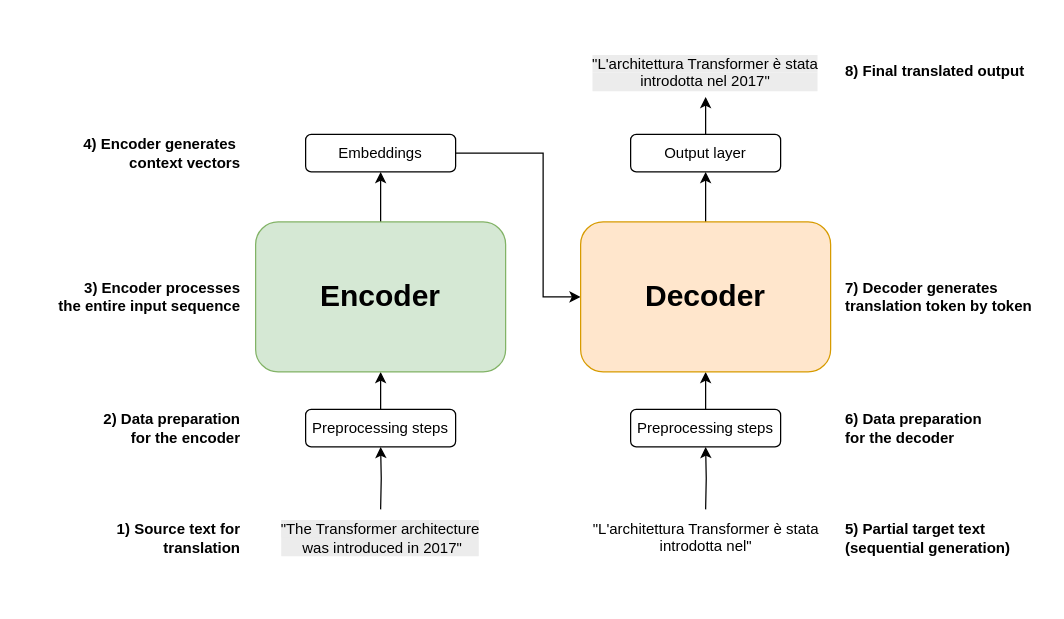
Giovo17/tfs-mt keeps this draw.io diagram as docs/assets/diagrams/architecture_schema.drawio. Above is the earlier version. Source tidied: cells renumbered, new cells numbered last; positions are measured from the earlier drawing's top-left corner, leaving out a move shared by most shapes. Both pictures are drawn from the tidied source at 125%, with x=0, y=0 at pixel (21, 46).
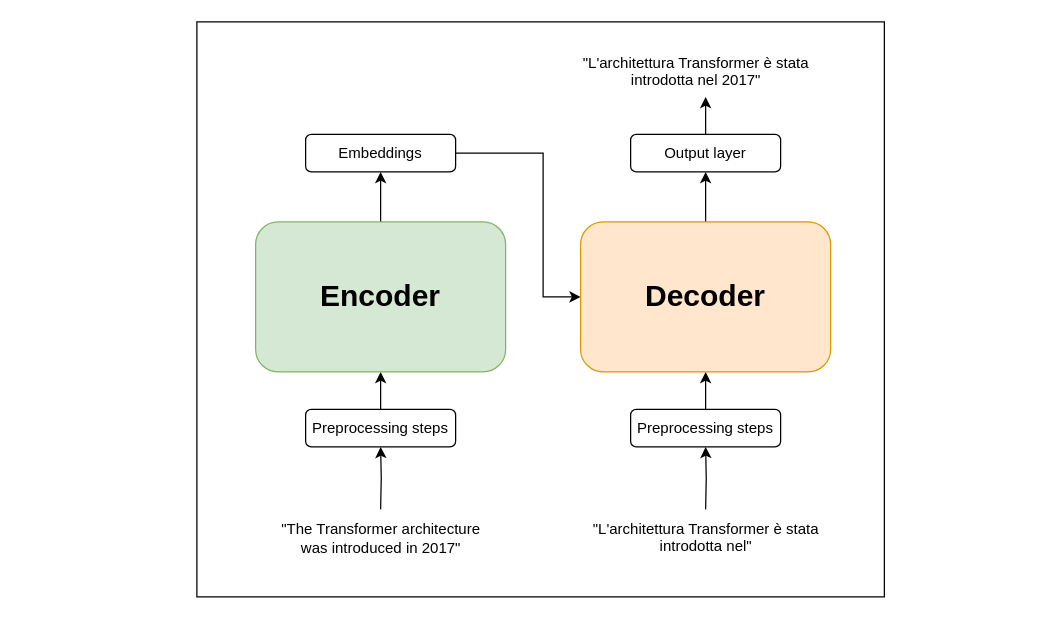
The same page after the edit.

Unchanged cells that the change refers to:
```xml
<mxCell id="23" value="Output layer" style="rounded=1;whiteSpace=wrap;html=1;" parent="1" vertex="1">
  <mxGeometry x="487" y="70" width="120" height="30" as="geometry" />
</mxCell>
```

The edit, as a diff of the source:
```diff
@@
+    <mxCell id="27" style="rounded=0;whiteSpace=wrap;html=1;" parent="1" vertex="1">
+      <mxGeometry x="140" y="-20" width="550" height="460" as="geometry" />
+    </mxCell>
@@
-    <mxCell id="14" value="1) Source text for&lt;br/&gt;translation" style="text;html=1;align=right;verticalAlign=middle;whiteSpace=wrap;fontStyle=1;" parent="1" vertex="1">
-      <mxGeometry x="47" y="372.5" width="130" height="40" as="geometry" />
-    </mxCell>
-    <mxCell id="15" value="2) Data preparation&lt;br/&gt;for the encoder" style="text;html=1;align=right;verticalAlign=middle;whiteSpace=wrap;fontStyle=1;" parent="1" vertex="1">
-      <mxGeometry x="47" y="280" width="130" height="50" as="geometry" />
-    </mxCell>
-    <mxCell id="16" value="3) Encoder processes&lt;br/&gt;the entire input sequence" style="text;html=1;align=right;verticalAlign=middle;whiteSpace=wrap;fontStyle=1;" parent="1" vertex="1">
-      <mxGeometry x="17" y="170" width="160" height="60" as="geometry" />
-    </mxCell>
-    <mxCell id="17" value="4) Encoder generates&amp;nbsp;&lt;div&gt;context vectors&lt;/div&gt;" style="text;html=1;align=right;verticalAlign=middle;whiteSpace=wrap;fontStyle=1;" parent="1" vertex="1">
-      <mxGeometry y="50" width="177" height="70" as="geometry" />
-    </mxCell>
-    <mxCell id="18" value="5) Partial target text&lt;br/&gt;(sequential generation)" style="text;html=1;align=left;verticalAlign=middle;whiteSpace=wrap;fontStyle=1;" parent="1" vertex="1">
-      <mxGeometry x="657" y="367.5" width="150" height="50" as="geometry" />
-    </mxCell>
-    <mxCell id="19" value="6) Data preparation&lt;br/&gt;for the decoder" style="text;html=1;align=left;verticalAlign=middle;whiteSpace=wrap;fontStyle=1;" parent="1" vertex="1">
-      <mxGeometry x="657" y="280" width="130" height="50" as="geometry" />
-    </mxCell>
-    <mxCell id="20" value="7) Decoder generates&lt;br/&gt;translation token by token" style="text;html=1;align=left;verticalAlign=middle;whiteSpace=wrap;fontStyle=1;" parent="1" vertex="1">
-      <mxGeometry x="657" y="165" width="160" height="70" as="geometry" />
-    </mxCell>
-    <mxCell id="21" value="8) Final translated output" style="text;html=1;align=left;verticalAlign=middle;whiteSpace=wrap;fontStyle=1;" parent="1" vertex="1">
-      <mxGeometry x="657" width="150" height="40" as="geometry" />
-    </mxCell>
-    <mxCell id="22" style="edgeStyle=orthogonalEdgeStyle;rounded=0;jettySize=auto;html=1;exitX=0.5;exitY=0;exitDx=0;exitDy=0;entryX=0.5;entryY=1;entryDx=0;entryDy=0;" parent="1" edge="1" source="23" target="26">
-      <mxGeometry relative="1" as="geometry" />
+    <mxCell id="22" style="edgeStyle=orthogonalEdgeStyle;rounded=0;jettySize=auto;html=1;exitX=0.5;exitY=0;exitDx=0;exitDy=0;entryX=0.5;entryY=1;entryDx=0;entryDy=0;" parent="1" edge="1" source="23">
+      <mxGeometry relative="1" as="geometry">
+        <mxPoint x="547" y="40" as="targetPoint" />
+      </mxGeometry>
     </mxCell>
@@
+    <mxCell id="25" value="&lt;div style=&quot;&quot;&gt;&lt;span style=&quot;background-color: transparent; color: light-dark(rgb(0, 0, 0), rgb(255, 255, 255));&quot;&gt;&quot;L'architettura Transformer è stata&lt;/span&gt;&lt;/div&gt;&lt;div style=&quot;&quot;&gt;&lt;span style=&quot;background-color: transparent; color: light-dark(rgb(0, 0, 0), rgb(255, 255, 255));&quot;&gt;introdotta nel&quot;&lt;/span&gt;&lt;/div&gt;" style="text;whiteSpace=wrap;html=1;align=center;" parent="1" vertex="1">
+      <mxGeometry x="429.5" y="371.9" width="235" height="41.2" as="geometry" />
+    </mxCell>
-    <mxCell id="24" value="&lt;p style=&quot;forced-color-adjust: none; color: rgb(0, 0, 0); font-family: Helvetica; font-size: 12px; font-style: normal; font-variant-ligatures: normal; font-variant-caps: normal; letter-spacing: normal; orphans: 2; text-align: center; text-indent: 0px; text-transform: none; widows: 2; word-spacing: 0px; -webkit-text-stroke-width: 0px; white-space: normal; background-color: rgb(236, 236, 236); text-decoration-thickness: initial; text-decoration-style: initial; text-decoration-color: initial;&quot;&gt;&lt;span style=&quot;color: rgb(0, 0, 0); font-family: Helvetica; font-size: 12px; font-style: normal; font-variant-ligatures: normal; font-variant-caps: normal; letter-spacing: normal; orphans: 2; text-align: center; text-indent: 0px; text-transform: none; widows: 2; word-spacing: 0px; -webkit-text-stroke-width: 0px; white-space: normal; background-color: rgb(236, 236, 236); text-decoration-thickness: initial; text-decoration-style: initial; text-decoration-color: initial; float: none; display: inline !important;&quot;&gt;&quot;The Transformer architecture&lt;br&gt;&lt;/span&gt;&amp;nbsp;was introduced in 2017&quot;&lt;/p&gt;" style="text;html=1;whiteSpace=wrap;strokeColor=none;fillColor=none;align=center;verticalAlign=middle;rounded=0;" parent="1" vertex="1">
-      <mxGeometry x="181" y="370" width="212" height="45" as="geometry" />
+    <mxCell id="24" value="&quot;The Transformer architecture was introduced in 2017&quot;" style="text;html=1;whiteSpace=wrap;strokeColor=none;fillColor=none;align=center;verticalAlign=middle;rounded=0;" parent="1" vertex="1">
+      <mxGeometry x="200.5" y="377.5" width="173" height="30" as="geometry" />
     </mxCell>
-    <mxCell id="25" value="&lt;div style=&quot;&quot;&gt;&lt;span style=&quot;background-color: transparent; color: light-dark(rgb(0, 0, 0), rgb(255, 255, 255));&quot;&gt;&quot;L'architettura Transformer è stata&lt;/span&gt;&lt;/div&gt;&lt;div style=&quot;&quot;&gt;&lt;span style=&quot;background-color: transparent; color: light-dark(rgb(0, 0, 0), rgb(255, 255, 255));&quot;&gt;introdotta nel&quot;&lt;/span&gt;&lt;/div&gt;" style="text;whiteSpace=wrap;html=1;align=center;" parent="1" vertex="1">
-      <mxGeometry x="429.5" y="371.9" width="235" height="41.2" as="geometry" />
-    </mxCell>
-    <mxCell id="26" value="&lt;div style=&quot;forced-color-adjust: none; color: rgb(0, 0, 0); font-family: Helvetica; font-size: 12px; font-style: normal; font-variant-ligatures: normal; font-variant-caps: normal; font-weight: 400; letter-spacing: normal; orphans: 2; text-indent: 0px; text-transform: none; widows: 2; word-spacing: 0px; -webkit-text-stroke-width: 0px; white-space: normal; background-color: rgb(236, 236, 236); text-decoration-thickness: initial; text-decoration-style: initial; text-decoration-color: initial;&quot;&gt;&lt;span style=&quot;forced-color-adjust: none; background-color: transparent; color: light-dark(rgb(0, 0, 0), rgb(255, 255, 255));&quot;&gt;&quot;L'architettura Transformer è stata&lt;/span&gt;&lt;/div&gt;&lt;div style=&quot;forced-color-adjust: none; color: rgb(0, 0, 0); font-family: Helvetica; font-size: 12px; font-style: normal; font-variant-ligatures: normal; font-variant-caps: normal; font-weight: 400; letter-spacing: normal; orphans: 2; text-indent: 0px; text-transform: none; widows: 2; word-spacing: 0px; -webkit-text-stroke-width: 0px; white-space: normal; background-color: rgb(236, 236, 236); text-decoration-thickness: initial; text-decoration-style: initial; text-decoration-color: initial;&quot;&gt;&lt;span style=&quot;forced-color-adjust: none; background-color: transparent; color: light-dark(rgb(0, 0, 0), rgb(255, 255, 255));&quot;&gt;introdotta nel 2017&quot;&lt;/span&gt;&lt;/div&gt;" style="text;whiteSpace=wrap;html=1;align=center;" parent="1" vertex="1">
-      <mxGeometry x="442" width="210" height="40" as="geometry" />
+    <mxCell id="26" value="&lt;div style=&quot;&quot;&gt;&lt;span style=&quot;background-color: transparent; color: light-dark(rgb(0, 0, 0), rgb(255, 255, 255));&quot;&gt;&quot;L'architettura Transformer è stata&lt;/span&gt;&lt;/div&gt;&lt;div style=&quot;&quot;&gt;&lt;span style=&quot;background-color: transparent; color: light-dark(rgb(0, 0, 0), rgb(255, 255, 255));&quot;&gt;introdotta nel 2017&quot;&lt;/span&gt;&lt;/div&gt;" style="text;whiteSpace=wrap;html=1;align=center;" parent="1" vertex="1">
+      <mxGeometry x="422" y="-1.2" width="235" height="41.2" as="geometry" />
     </mxCell>
```
